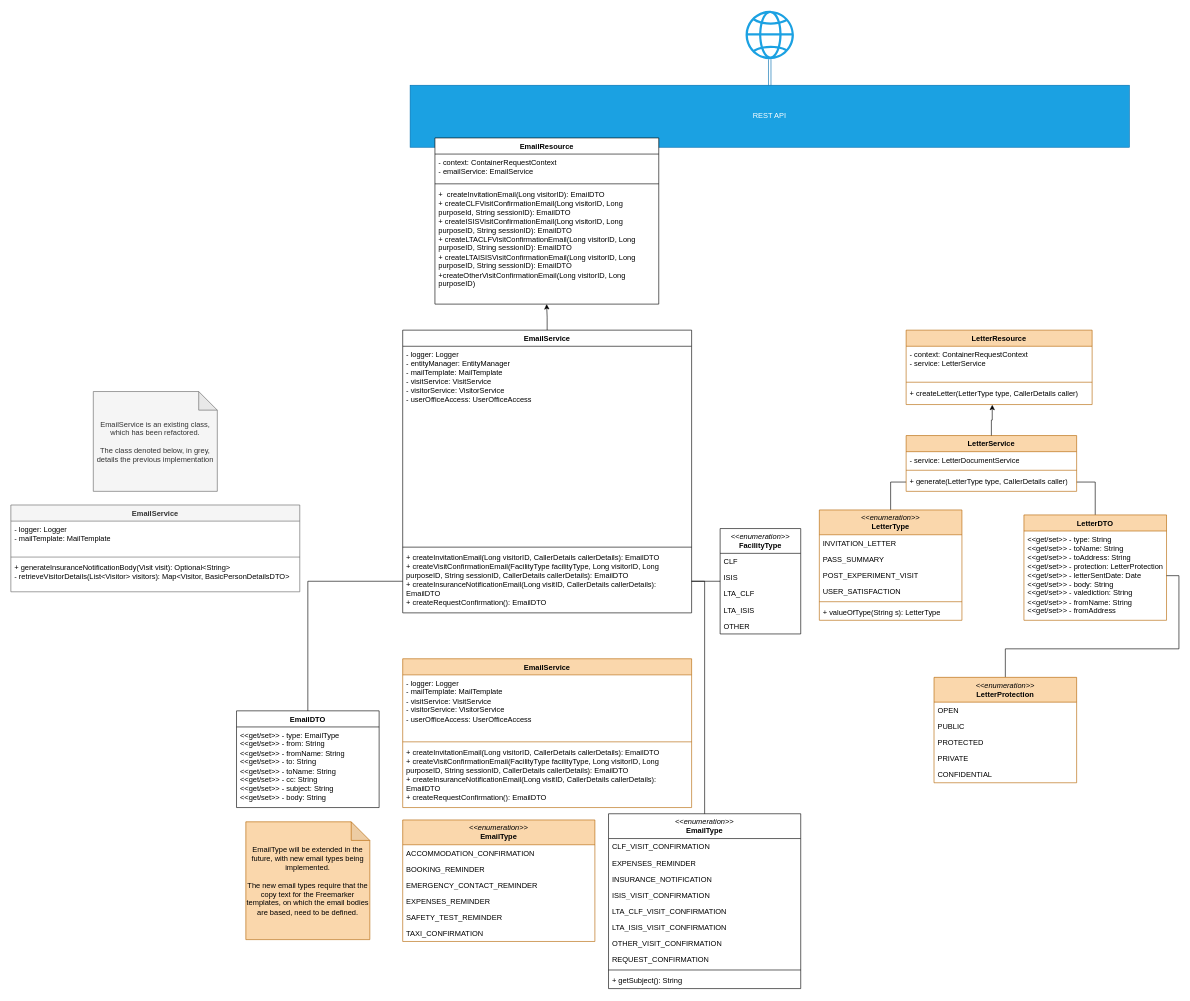
Before: Document generation class diagram.drawio in ambolt314/FinalProjectDesign, a draw.io diagram. Source tidied: cells renumbered, new cells numbered last; positions are measured from the earlier drawing's top-left corner, leaving out a move shared by most shapes. Both pictures are drawn from the tidied source at 62%, with x=0, y=0 at pixel (11, 11).
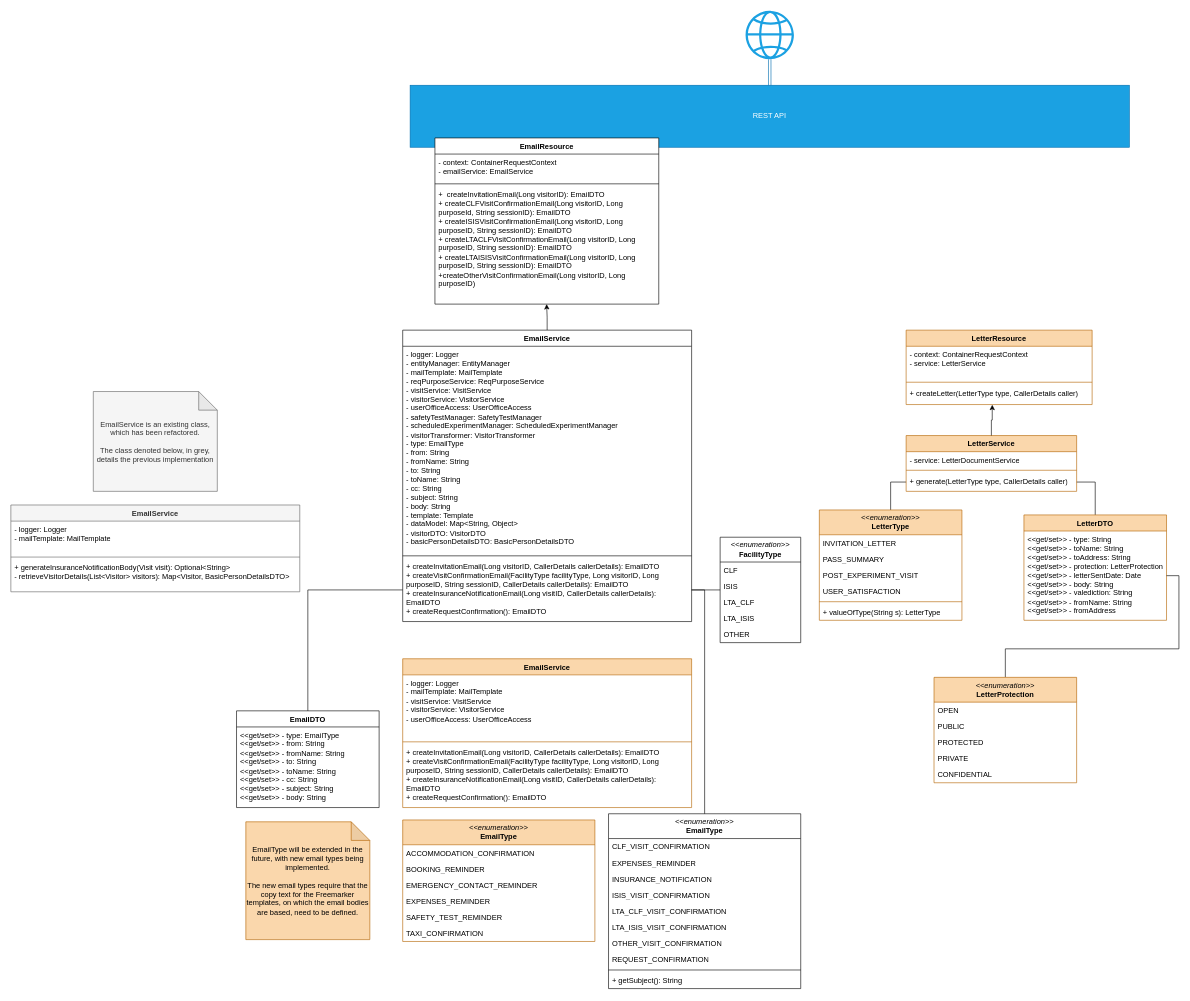
The same page after the edit.

Commit message:
Elaborated on EmailService by adding dependencies

What changed in the source:
```diff
@@
     <mxCell id="50" value="EmailService" style="swimlane;fontStyle=1;align=center;verticalAlign=top;horizontal=1;startSize=26;whiteSpace=wrap;html=1;" parent="1" vertex="1">
-      <mxGeometry x="632" y="515" width="466" height="456" as="geometry" />
+      <mxGeometry x="632" y="515" width="466" height="470" as="geometry" />
     </mxCell>
-    <mxCell id="51" value="&lt;div&gt;- logger: Logger&lt;/div&gt;&lt;div&gt;- entityManager: EntityManager&lt;/div&gt;&lt;div&gt;- mailTemplate: MailTemplate&lt;br&gt;&lt;/div&gt;&lt;div&gt;- visitService: VisitService&lt;/div&gt;&lt;div&gt;- visitorService: VisitorService&lt;br&gt;&lt;/div&gt;&lt;div&gt;- userOfficeAccess: UserOfficeAccess&lt;br&gt;&lt;/div&gt;" style="text;strokeColor=none;fillColor=none;align=left;verticalAlign=top;spacingLeft=4;spacingRight=4;overflow=hidden;whiteSpace=wrap;html=1;" parent="50" vertex="1">
-      <mxGeometry y="26" width="466" height="320" as="geometry" />
+    <mxCell id="51" value="&lt;div&gt;- logger: Logger&lt;/div&gt;&lt;div&gt;- entityManager: EntityManager&lt;/div&gt;&lt;div&gt;- mailTemplate: MailTemplate&lt;br&gt;&lt;/div&gt;&lt;div&gt;- reqPurposeService: ReqPurposeService&lt;/div&gt;&lt;div&gt;- visitService: VisitService&lt;/div&gt;&lt;div&gt;- visitorService: VisitorService&lt;br&gt;&lt;/div&gt;&lt;div&gt;- userOfficeAccess: UserOfficeAccess&lt;br&gt;&lt;/div&gt;&lt;div&gt;- safetyTestManager: SafetyTestManager&lt;/div&gt;&lt;div&gt;- scheduledExperimentManager: ScheduledExperimentManager&lt;/div&gt;&lt;div&gt;- visitorTransformer: VisitorTransformer&lt;/div&gt;&lt;div&gt;- type: EmailType&lt;/div&gt;&lt;div&gt;- from: String&lt;/div&gt;&lt;div&gt;- fromName: String&lt;/div&gt;&lt;div&gt;- to: String&lt;/div&gt;&lt;div&gt;- toName: String&lt;/div&gt;&lt;div&gt;- cc: String&lt;/div&gt;&lt;div&gt;- subject: String&lt;/div&gt;&lt;div&gt;- body: String&lt;/div&gt;&lt;div&gt;- template: Template&lt;/div&gt;&lt;div&gt;- dataModel: Map&amp;lt;String, Object&amp;gt;&lt;/div&gt;&lt;div&gt;- visitorDTO: VisitorDTO&lt;/div&gt;&lt;div&gt;- basicPersonDetailsDTO: BasicPersonDetailsDTO&lt;/div&gt;" style="text;strokeColor=none;fillColor=none;align=left;verticalAlign=top;spacingLeft=4;spacingRight=4;overflow=hidden;whiteSpace=wrap;html=1;" parent="50" vertex="1">
+      <mxGeometry y="26" width="466" height="334" as="geometry" />
     </mxCell>
     <mxCell id="52" style="line;strokeWidth=1;fillColor=none;align=left;verticalAlign=middle;spacingTop=-1;spacingLeft=3;spacingRight=3;labelPosition=right;strokeColor=inherit;" parent="50" vertex="1">
-      <mxGeometry y="346" width="466" height="8" as="geometry" />
+      <mxGeometry y="360" width="466" height="8" as="geometry" />
     </mxCell>
     <mxCell id="53" value="&lt;div&gt;+ createInvitationEmail(Long visitorID, CallerDetails callerDetails): EmailDTO&lt;/div&gt;&lt;div&gt;+ createVisitConfirmationEmail(FacilityType facilityType, Long visitorID, Long purposeID, String sessionID, CallerDetails callerDetails): EmailDTO&lt;/div&gt;&lt;div&gt;+ createInsuranceNotificationEmail(Long visitID, CallerDetails callerDetails): EmailDTO&lt;/div&gt;&lt;div&gt;+ createRequestConfirmation(): EmailDTO&lt;/div&gt;" style="text;strokeColor=none;fillColor=none;align=left;verticalAlign=top;spacingLeft=4;spacingRight=4;overflow=hidden;points=[[0,0.5],[1,0.5]];portConstraint=eastwest;whiteSpace=wrap;html=1;" parent="50" vertex="1">
-      <mxGeometry y="354" width="466" height="102" as="geometry" />
+      <mxGeometry y="368" width="466" height="102" as="geometry" />
     </mxCell>
@@
     <mxCell id="61" value="&lt;div&gt;&lt;i&gt;&amp;lt;&amp;lt;enumeration&amp;gt;&amp;gt;&lt;/i&gt;&lt;/div&gt;&lt;div&gt;&lt;b&gt;FacilityType&lt;/b&gt;&lt;/div&gt;" style="swimlane;fontStyle=0;horizontal=1;startSize=40;fillColor=none;whiteSpace=wrap;html=1;" parent="1" vertex="1">
-      <mxGeometry x="1144" y="835" width="130" height="170" as="geometry" />
+      <mxGeometry x="1144" y="849" width="130" height="170" as="geometry" />
     </mxCell>
```
